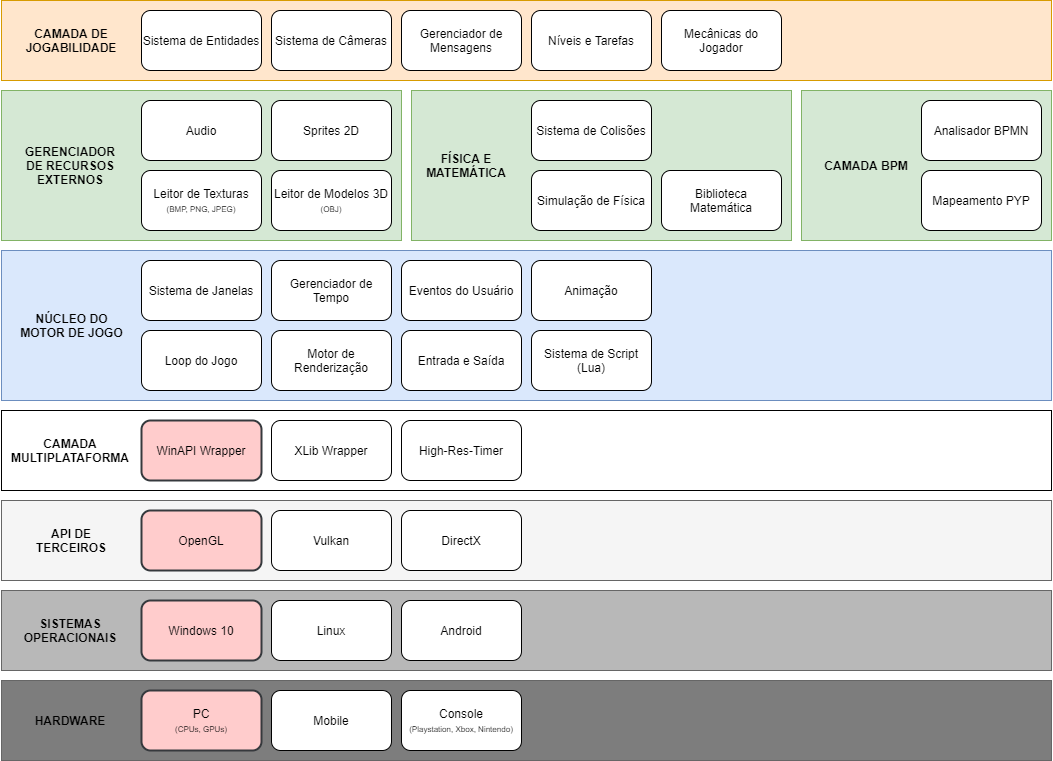
The draw.io diagram docs/images/visao-geral-alto-nivel.png in Keshizin/tcc-bpmge, before a commit. Source tidied: cells renumbered, new cells last; positions are measured from the earlier drawing's top-left corner, leaving out a move shared by most shapes.
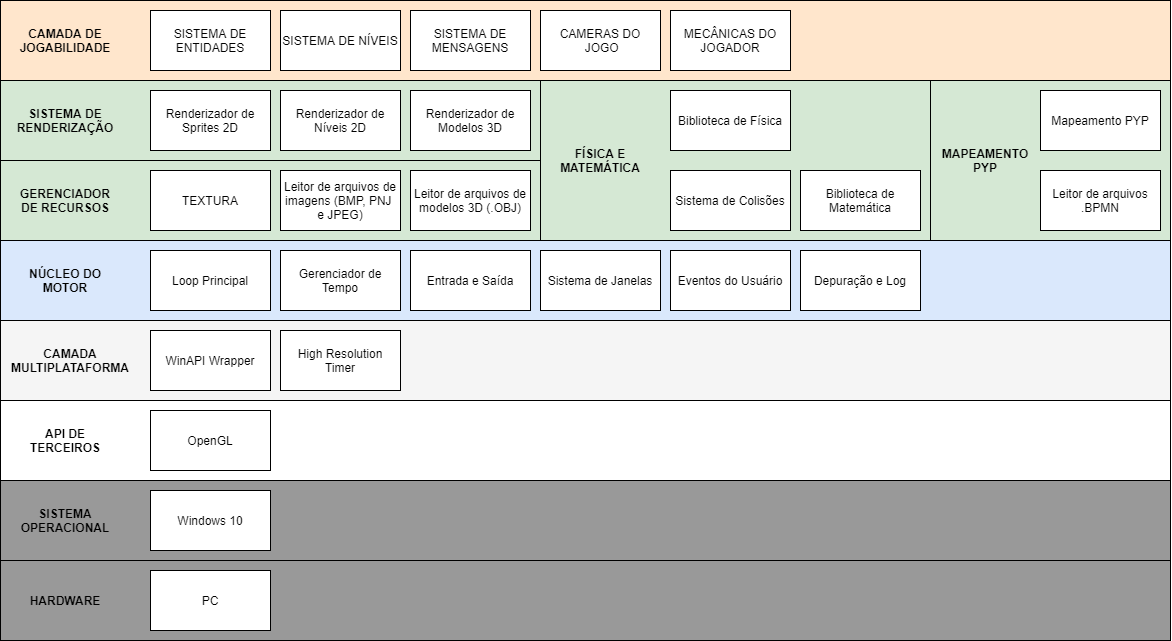
After the change.

What changed in the source:
```diff
@@ -2,161 +2,146 @@
   <root>
     <mxCell id="0" />
     <mxCell id="1" parent="0" />
-    <mxCell id="2" style="rounded=0;whiteSpace=wrap;html=1;fillColor=#d5e8d4;strokeColor=#82b366;" parent="1" vertex="1">
-      <mxGeometry x="411" y="90" width="380" height="150" as="geometry" />
-    </mxCell>
-    <mxCell id="3" style="rounded=0;whiteSpace=wrap;html=1;fillColor=#B8B8B8;strokeColor=#666666;fontColor=#333333;" parent="1" vertex="1">
-      <mxGeometry x="1" y="590" width="1050" height="80" as="geometry" />
-    </mxCell>
-    <mxCell id="4" style="rounded=0;whiteSpace=wrap;html=1;fillColor=#7D7D7D;strokeColor=#666666;fontColor=#333333;" parent="1" vertex="1">
-      <mxGeometry x="1" y="680" width="1050" height="80" as="geometry" />
-    </mxCell>
-    <mxCell id="5" value="PC&lt;br&gt;&lt;font style=&quot;font-size: 8px&quot;&gt;(CPUs, GPUs)&lt;/font&gt;" style="rounded=1;whiteSpace=wrap;html=1;strokeWidth=2;fillColor=#ffcccc;strokeColor=#36393d;" parent="1" vertex="1">
-      <mxGeometry x="141" y="690" width="120" height="60" as="geometry" />
-    </mxCell>
-    <mxCell id="6" value="Mobile" style="rounded=1;whiteSpace=wrap;html=1;" parent="1" vertex="1">
-      <mxGeometry x="271" y="690" width="120" height="60" as="geometry" />
-    </mxCell>
-    <mxCell id="7" value="Console&lt;br&gt;&lt;font style=&quot;font-size: 8px&quot;&gt;(Playstation, Xbox, Nintendo)&lt;/font&gt;" style="rounded=1;whiteSpace=wrap;html=1;" parent="1" vertex="1">
-      <mxGeometry x="401" y="690" width="120" height="60" as="geometry" />
-    </mxCell>
+    <mxCell id="54" style="rounded=0;whiteSpace=wrap;html=1;fillColor=#d5e8d4;strokeColor=#000000;" parent="1" vertex="1">
+      <mxGeometry x="61" y="80" width="390" height="160" as="geometry" />
+    </mxCell>
+    <mxCell id="55" style="rounded=0;whiteSpace=wrap;html=1;fillColor=#d5e8d4;strokeColor=#000000;" parent="1" vertex="1">
+      <mxGeometry x="451" y="80" width="240" height="160" as="geometry" />
+    </mxCell>
+    <mxCell id="56" style="rounded=0;whiteSpace=wrap;html=1;fillColor=#d5e8d4;strokeColor=#000000;" parent="1" vertex="1">
+      <mxGeometry x="-479" y="80" width="540" height="80" as="geometry" />
+    </mxCell>
+    <mxCell id="57" style="rounded=0;whiteSpace=wrap;html=1;fillColor=#999999;" parent="1" vertex="1">
+      <mxGeometry x="-479" y="560" width="1170" height="80" as="geometry" />
+    </mxCell>
+    <mxCell id="58" value="PC" style="rounded=0;whiteSpace=wrap;html=1;" parent="1" vertex="1">
+      <mxGeometry x="-329" y="570" width="120" height="60" as="geometry" />
+    </mxCell>
     <mxCell id="8" value="&lt;b&gt;HARDWARE&lt;/b&gt;" style="text;html=1;strokeColor=none;fillColor=none;align=center;verticalAlign=middle;whiteSpace=wrap;rounded=0;" parent="1" vertex="1">
-      <mxGeometry x="36" y="710" width="67.5" height="20" as="geometry" />
+      <mxGeometry x="-434" y="590" width="40" height="20" as="geometry" />
     </mxCell>
-    <mxCell id="9" value="SISTEMAS OPERACIONAIS" style="text;html=1;strokeColor=none;fillColor=none;align=center;verticalAlign=middle;whiteSpace=wrap;rounded=0;fontStyle=1;" parent="1" vertex="1">
-      <mxGeometry x="24.8" y="620" width="90" height="20" as="geometry" />
-    </mxCell>
+    <mxCell id="59" style="rounded=0;whiteSpace=wrap;html=1;fillColor=#999999;" parent="1" vertex="1">
+      <mxGeometry x="-479" y="480" width="1170" height="80" as="geometry" />
+    </mxCell>
+    <mxCell id="60" value="&lt;b&gt;SISTEMA OPERACIONAL&lt;/b&gt;" style="text;html=1;strokeColor=none;fillColor=none;align=center;verticalAlign=middle;whiteSpace=wrap;rounded=0;" parent="1" vertex="1">
+      <mxGeometry x="-434" y="510" width="40" height="20" as="geometry" />
+    </mxCell>
-    <mxCell id="10" value="Windows 10" style="rounded=1;whiteSpace=wrap;html=1;strokeWidth=2;fillColor=#ffcccc;strokeColor=#36393d;" parent="1" vertex="1">
-      <mxGeometry x="141" y="600" width="120" height="60" as="geometry" />
+    <mxCell id="10" value="Windows 10" style="rounded=0;whiteSpace=wrap;html=1;" parent="1" vertex="1">
+      <mxGeometry x="-329" y="490" width="120" height="60" as="geometry" />
     </mxCell>
-    <mxCell id="11" value="Linux" style="rounded=1;whiteSpace=wrap;html=1;strokeWidth=1;" parent="1" vertex="1">
-      <mxGeometry x="271" y="600" width="120" height="60" as="geometry" />
-    </mxCell>
-    <mxCell id="12" value="Android" style="rounded=1;whiteSpace=wrap;html=1;strokeWidth=1;" parent="1" vertex="1">
-      <mxGeometry x="401" y="600" width="120" height="60" as="geometry" />
-    </mxCell>
-    <mxCell id="13" style="rounded=0;whiteSpace=wrap;html=1;fillColor=#f5f5f5;strokeColor=#666666;fontColor=#333333;" parent="1" vertex="1">
-      <mxGeometry x="1" y="500" width="1050" height="80" as="geometry" />
-    </mxCell>
+    <mxCell id="61" style="rounded=0;whiteSpace=wrap;html=1;" parent="1" vertex="1">
+      <mxGeometry x="-479" y="400" width="1170" height="80" as="geometry" />
+    </mxCell>
     <mxCell id="14" value="&lt;b&gt;API DE TERCEIROS&lt;/b&gt;" style="text;html=1;strokeColor=none;fillColor=none;align=center;verticalAlign=middle;whiteSpace=wrap;rounded=0;" parent="1" vertex="1">
-      <mxGeometry x="36" y="530" width="70" height="20" as="geometry" />
+      <mxGeometry x="-434" y="430" width="40" height="20" as="geometry" />
     </mxCell>
-    <mxCell id="15" value="OpenGL" style="rounded=1;whiteSpace=wrap;html=1;strokeWidth=2;fillColor=#ffcccc;strokeColor=#36393d;" parent="1" vertex="1">
-      <mxGeometry x="141" y="510" width="120" height="60" as="geometry" />
+    <mxCell id="15" value="OpenGL" style="rounded=0;whiteSpace=wrap;html=1;" parent="1" vertex="1">
+      <mxGeometry x="-329" y="410" width="120" height="60" as="geometry" />
     </mxCell>
-    <mxCell id="16" value="DirectX" style="rounded=1;whiteSpace=wrap;html=1;strokeWidth=1;" parent="1" vertex="1">
-      <mxGeometry x="401" y="510" width="120" height="60" as="geometry" />
-    </mxCell>
-    <mxCell id="17" value="Vulkan" style="rounded=1;whiteSpace=wrap;html=1;strokeWidth=1;" parent="1" vertex="1">
-      <mxGeometry x="271" y="510" width="120" height="60" as="geometry" />
-    </mxCell>
-    <mxCell id="18" style="rounded=0;whiteSpace=wrap;html=1;" parent="1" vertex="1">
-      <mxGeometry x="1" y="410" width="1050" height="80" as="geometry" />
-    </mxCell>
+    <mxCell id="62" style="rounded=0;whiteSpace=wrap;html=1;fillColor=#f5f5f5;strokeColor=#000000;fontColor=#333333;" parent="1" vertex="1">
+      <mxGeometry x="-479" y="320" width="1170" height="80" as="geometry" />
+    </mxCell>
-    <mxCell id="19" value="CAMADA MULTIPLATAFORMA" style="text;html=1;strokeColor=none;fillColor=none;align=center;verticalAlign=middle;whiteSpace=wrap;rounded=0;fontStyle=1;" parent="1" vertex="1">
-      <mxGeometry x="9.8" y="440" width="120" height="20" as="geometry" />
+    <mxCell id="19" value="&lt;b&gt;CAMADA MULTIPLATAFORMA&lt;/b&gt;" style="text;html=1;strokeColor=none;fillColor=none;align=center;verticalAlign=middle;whiteSpace=wrap;rounded=0;" parent="1" vertex="1">
+      <mxGeometry x="-429" y="350" width="40" height="20" as="geometry" />
     </mxCell>
-    <mxCell id="20" value="WinAPI Wrapper" style="rounded=1;whiteSpace=wrap;html=1;strokeWidth=2;fillColor=#ffcccc;strokeColor=#36393d;" parent="1" vertex="1">
-      <mxGeometry x="141" y="420" width="120" height="60" as="geometry" />
+    <mxCell id="20" value="WinAPI Wrapper" style="rounded=0;whiteSpace=wrap;html=1;" parent="1" vertex="1">
+      <mxGeometry x="-329" y="330" width="120" height="60" as="geometry" />
     </mxCell>
-    <mxCell id="21" value="XLib Wrapper" style="rounded=1;whiteSpace=wrap;html=1;strokeWidth=1;" parent="1" vertex="1">
-      <mxGeometry x="271" y="420" width="120" height="60" as="geometry" />
-    </mxCell>
-    <mxCell id="22" value="High-Res-Timer" style="rounded=1;whiteSpace=wrap;html=1;strokeWidth=1;" parent="1" vertex="1">
-      <mxGeometry x="401" y="420" width="120" height="60" as="geometry" />
-    </mxCell>
-    <mxCell id="23" style="rounded=0;whiteSpace=wrap;html=1;fillColor=#dae8fc;strokeColor=#6c8ebf;" parent="1" vertex="1">
-      <mxGeometry x="1" y="250" width="1050" height="150" as="geometry" />
-    </mxCell>
-    <mxCell id="24" value="NÚCLEO DO MOTOR DE JOGO" style="text;html=1;strokeColor=none;fillColor=none;align=center;verticalAlign=middle;whiteSpace=wrap;rounded=0;fontStyle=1;" parent="1" vertex="1">
-      <mxGeometry x="18.5" y="315" width="105" height="20" as="geometry" />
-    </mxCell>
+    <mxCell id="63" value="High Resolution Timer" style="rounded=0;whiteSpace=wrap;html=1;" parent="1" vertex="1">
+      <mxGeometry x="-199" y="330" width="120" height="60" as="geometry" />
+    </mxCell>
+    <mxCell id="64" style="rounded=0;whiteSpace=wrap;html=1;fillColor=#dae8fc;strokeColor=#000000;" parent="1" vertex="1">
+      <mxGeometry x="-479" y="240" width="1170" height="80" as="geometry" />
+    </mxCell>
+    <mxCell id="65" value="&lt;b&gt;NÚCLEO DO MOTOR&lt;/b&gt;" style="text;html=1;strokeColor=none;fillColor=none;align=center;verticalAlign=middle;whiteSpace=wrap;rounded=0;" parent="1" vertex="1">
+      <mxGeometry x="-459" y="270" width="90" height="20" as="geometry" />
+    </mxCell>
+    <mxCell id="66" value="Loop Principal" style="rounded=0;whiteSpace=wrap;html=1;" parent="1" vertex="1">
+      <mxGeometry x="-329" y="250" width="120" height="60" as="geometry" />
+    </mxCell>
+    <mxCell id="67" value="Depuração e Log" style="rounded=0;whiteSpace=wrap;html=1;" parent="1" vertex="1">
+      <mxGeometry x="321" y="250" width="120" height="60" as="geometry" />
+    </mxCell>
+    <mxCell id="38" value="Sistema de Colisões" style="rounded=0;whiteSpace=wrap;html=1;" parent="1" vertex="1">
+      <mxGeometry x="191" y="170" width="120" height="60" as="geometry" />
+    </mxCell>
+    <mxCell id="27" value="Gerenciador de Tempo" style="rounded=0;whiteSpace=wrap;html=1;" parent="1" vertex="1">
+      <mxGeometry x="-199" y="250" width="120" height="60" as="geometry" />
+    </mxCell>
-    <mxCell id="25" value="Sistema de Janelas" style="rounded=1;whiteSpace=wrap;html=1;strokeWidth=1;" parent="1" vertex="1">
-      <mxGeometry x="141" y="260" width="120" height="60" as="geometry" />
+    <mxCell id="25" value="Sistema de Janelas" style="rounded=0;whiteSpace=wrap;html=1;" parent="1" vertex="1">
+      <mxGeometry x="61" y="250" width="120" height="60" as="geometry" />
     </mxCell>
-    <mxCell id="26" value="Loop do Jogo" style="rounded=1;whiteSpace=wrap;html=1;strokeWidth=1;" parent="1" vertex="1">
-      <mxGeometry x="141" y="330" width="120" height="60" as="geometry" />
-    </mxCell>
-    <mxCell id="27" value="Gerenciador de Tempo" style="rounded=1;whiteSpace=wrap;html=1;strokeWidth=1;" parent="1" vertex="1">
-      <mxGeometry x="271" y="260" width="120" height="60" as="geometry" />
-    </mxCell>
-    <mxCell id="28" value="Motor de Renderização" style="rounded=1;whiteSpace=wrap;html=1;strokeWidth=1;" parent="1" vertex="1">
-      <mxGeometry x="271" y="330" width="120" height="60" as="geometry" />
-    </mxCell>
+    <mxCell id="30" value="Eventos do Usuário" style="rounded=0;whiteSpace=wrap;html=1;" parent="1" vertex="1">
+      <mxGeometry x="191" y="250" width="120" height="60" as="geometry" />
+    </mxCell>
-    <mxCell id="29" value="Entrada e Saída" style="rounded=1;whiteSpace=wrap;html=1;strokeWidth=1;" parent="1" vertex="1">
-      <mxGeometry x="401" y="330" width="120" height="60" as="geometry" />
+    <mxCell id="29" value="Entrada e Saída" style="rounded=0;whiteSpace=wrap;html=1;" parent="1" vertex="1">
+      <mxGeometry x="-69" y="250" width="120" height="60" as="geometry" />
     </mxCell>
-    <mxCell id="30" value="Eventos do Usuário" style="rounded=1;whiteSpace=wrap;html=1;strokeWidth=1;" parent="1" vertex="1">
-      <mxGeometry x="401" y="260" width="120" height="60" as="geometry" />
-    </mxCell>
-    <mxCell id="31" value="Sistema de Script&lt;br&gt;(Lua)" style="rounded=1;whiteSpace=wrap;html=1;strokeWidth=1;" parent="1" vertex="1">
-      <mxGeometry x="531" y="330" width="120" height="60" as="geometry" />
-    </mxCell>
-    <mxCell id="32" style="rounded=0;whiteSpace=wrap;html=1;fillColor=#d5e8d4;strokeColor=#82b366;" parent="1" vertex="1">
-      <mxGeometry x="1" y="90" width="400" height="150" as="geometry" />
-    </mxCell>
-    <mxCell id="33" value="GERENCIADOR&lt;br&gt;DE RECURSOS EXTERNOS" style="text;html=1;strokeColor=none;fillColor=none;align=center;verticalAlign=middle;whiteSpace=wrap;rounded=0;fontStyle=1;" parent="1" vertex="1">
-      <mxGeometry x="-0.2" y="155" width="140" height="20" as="geometry" />
-    </mxCell>
-    <mxCell id="34" value="Leitor de Texturas&lt;br&gt;&lt;font style=&quot;font-size: 8px&quot;&gt;(BMP, PNG, JPEG)&lt;/font&gt;" style="rounded=1;whiteSpace=wrap;html=1;strokeWidth=1;" parent="1" vertex="1">
-      <mxGeometry x="141" y="170" width="120" height="60" as="geometry" />
-    </mxCell>
-    <mxCell id="35" value="Leitor de Modelos 3D&lt;br&gt;&lt;font style=&quot;font-size: 8px&quot;&gt;(OBJ)&lt;/font&gt;" style="rounded=1;whiteSpace=wrap;html=1;strokeWidth=1;" parent="1" vertex="1">
-      <mxGeometry x="271" y="170" width="120" height="60" as="geometry" />
-    </mxCell>
-    <mxCell id="36" value="Audio" style="rounded=1;whiteSpace=wrap;html=1;strokeWidth=1;" parent="1" vertex="1">
-      <mxGeometry x="141" y="100" width="120" height="60" as="geometry" />
-    </mxCell>
+    <mxCell id="68" value="&lt;b&gt;SISTEMA DE RENDERIZAÇÃO&lt;/b&gt;" style="text;html=1;strokeColor=none;fillColor=none;align=center;verticalAlign=middle;whiteSpace=wrap;rounded=0;" parent="1" vertex="1">
+      <mxGeometry x="-459" y="110" width="90" height="20" as="geometry" />
+    </mxCell>
+    <mxCell id="69" value="Renderizador de Níveis 2D" style="rounded=0;whiteSpace=wrap;html=1;" parent="1" vertex="1">
+      <mxGeometry x="-199" y="90" width="120" height="60" as="geometry" />
+    </mxCell>
+    <mxCell id="70" value="Renderizador de Modelos 3D" style="rounded=0;whiteSpace=wrap;html=1;" parent="1" vertex="1">
+      <mxGeometry x="-69" y="90" width="120" height="60" as="geometry" />
+    </mxCell>
+    <mxCell id="71" style="rounded=0;whiteSpace=wrap;html=1;fillColor=#d5e8d4;strokeColor=#000000;" parent="1" vertex="1">
+      <mxGeometry x="-479" y="160" width="540" height="80" as="geometry" />
+    </mxCell>
+    <mxCell id="72" value="&lt;b&gt;GERENCIADOR DE RECURSOS&lt;/b&gt;" style="text;html=1;strokeColor=none;fillColor=none;align=center;verticalAlign=middle;whiteSpace=wrap;rounded=0;" parent="1" vertex="1">
+      <mxGeometry x="-459" y="190" width="90" height="20" as="geometry" />
+    </mxCell>
+    <mxCell id="73" value="TEXTURA" style="rounded=0;whiteSpace=wrap;html=1;" parent="1" vertex="1">
+      <mxGeometry x="-329" y="170" width="120" height="60" as="geometry" />
+    </mxCell>
+    <mxCell id="74" value="Leitor de arquivos de imagens (BMP, PNJ&amp;nbsp; e JPEG)" style="rounded=0;whiteSpace=wrap;html=1;" parent="1" vertex="1">
+      <mxGeometry x="-199" y="170" width="120" height="60" as="geometry" />
+    </mxCell>
+    <mxCell id="75" value="Leitor de arquivos de modelos 3D (.OBJ)" style="rounded=0;whiteSpace=wrap;html=1;" parent="1" vertex="1">
+      <mxGeometry x="-69" y="170" width="120" height="60" as="geometry" />
+    </mxCell>
-    <mxCell id="37" value="FÍSICA E MATEMÁTICA" style="text;html=1;strokeColor=none;fillColor=none;align=center;verticalAlign=middle;whiteSpace=wrap;rounded=0;fontStyle=1;" parent="1" vertex="1">
-      <mxGeometry x="421" y="155" width="90" height="20" as="geometry" />
+    <mxCell id="37" value="&lt;b&gt;FÍSICA E MATEMÁTICA&lt;/b&gt;" style="text;html=1;strokeColor=none;fillColor=none;align=center;verticalAlign=middle;whiteSpace=wrap;rounded=0;" parent="1" vertex="1">
+      <mxGeometry x="76" y="150" width="90" height="20" as="geometry" />
     </mxCell>
-    <mxCell id="38" value="Sistema de Colisões" style="rounded=1;whiteSpace=wrap;html=1;strokeWidth=1;" parent="1" vertex="1">
-      <mxGeometry x="531" y="100" width="120" height="60" as="geometry" />
-    </mxCell>
-    <mxCell id="39" value="Simulação de Física" style="rounded=1;whiteSpace=wrap;html=1;strokeWidth=1;" parent="1" vertex="1">
-      <mxGeometry x="531" y="170" width="120" height="60" as="geometry" />
-    </mxCell>
-    <mxCell id="40" value="Biblioteca&lt;br&gt;Matemática" style="rounded=1;whiteSpace=wrap;html=1;strokeWidth=1;" parent="1" vertex="1">
-      <mxGeometry x="661" y="170" width="120" height="60" as="geometry" />
-    </mxCell>
-    <mxCell id="41" style="rounded=0;whiteSpace=wrap;html=1;fillColor=#d5e8d4;strokeColor=#82b366;" parent="1" vertex="1">
-      <mxGeometry x="801" y="90" width="250" height="150" as="geometry" />
-    </mxCell>
-    <mxCell id="42" value="CAMADA BPM" style="text;html=1;strokeColor=none;fillColor=none;align=center;verticalAlign=middle;whiteSpace=wrap;rounded=0;fontStyle=1;" parent="1" vertex="1">
-      <mxGeometry x="821" y="155" width="90" height="20" as="geometry" />
-    </mxCell>
+    <mxCell id="76" value="Biblioteca de Física" style="rounded=0;whiteSpace=wrap;html=1;" parent="1" vertex="1">
+      <mxGeometry x="191" y="90" width="120" height="60" as="geometry" />
+    </mxCell>
+    <mxCell id="77" value="Biblioteca de Matemática" style="rounded=0;whiteSpace=wrap;html=1;" parent="1" vertex="1">
+      <mxGeometry x="321" y="170" width="120" height="60" as="geometry" />
+    </mxCell>
+    <mxCell id="78" value="Renderizador de Sprites 2D" style="rounded=0;whiteSpace=wrap;html=1;" parent="1" vertex="1">
+      <mxGeometry x="-329" y="90" width="120" height="60" as="geometry" />
+    </mxCell>
+    <mxCell id="79" value="&lt;b&gt;MAPEAMENTO PYP&lt;/b&gt;" style="text;html=1;strokeColor=none;fillColor=none;align=center;verticalAlign=middle;whiteSpace=wrap;rounded=0;" parent="1" vertex="1">
+      <mxGeometry x="461" y="150" width="90" height="20" as="geometry" />
+    </mxCell>
+    <mxCell id="80" value="Leitor de arquivos .BPMN" style="rounded=0;whiteSpace=wrap;html=1;" parent="1" vertex="1">
+      <mxGeometry x="561" y="170" width="120" height="60" as="geometry" />
+    </mxCell>
-    <mxCell id="43" value="Mapeamento PYP" style="rounded=1;whiteSpace=wrap;html=1;strokeWidth=1;" parent="1" vertex="1">
-      <mxGeometry x="921" y="170" width="120" height="60" as="geometry" />
+    <mxCell id="43" value="Mapeamento PYP" style="rounded=0;whiteSpace=wrap;html=1;" parent="1" vertex="1">
+      <mxGeometry x="561" y="90" width="120" height="60" as="geometry" />
     </mxCell>
-    <mxCell id="44" value="Analisador BPMN" style="rounded=1;whiteSpace=wrap;html=1;strokeWidth=1;" parent="1" vertex="1">
-      <mxGeometry x="921" y="100" width="120" height="60" as="geometry" />
-    </mxCell>
-    <mxCell id="45" style="rounded=0;whiteSpace=wrap;html=1;fillColor=#ffe6cc;strokeColor=#d79b00;" parent="1" vertex="1">
-      <mxGeometry x="1" width="1050" height="80" as="geometry" />
-    </mxCell>
+    <mxCell id="81" style="rounded=0;whiteSpace=wrap;html=1;fillColor=#ffe6cc;strokeColor=#000000;" parent="1" vertex="1">
+      <mxGeometry x="-479" width="1170" height="80" as="geometry" />
+    </mxCell>
-    <mxCell id="46" value="CAMADA DE JOGABILIDADE" style="text;html=1;strokeColor=none;fillColor=none;align=center;verticalAlign=middle;whiteSpace=wrap;rounded=0;fontStyle=1;" parent="1" vertex="1">
-      <mxGeometry x="21" y="30" width="100" height="20" as="geometry" />
+    <mxCell id="46" value="&lt;b&gt;CAMADA DE JOGABILIDADE&lt;/b&gt;" style="text;html=1;strokeColor=none;fillColor=none;align=center;verticalAlign=middle;whiteSpace=wrap;rounded=0;" parent="1" vertex="1">
+      <mxGeometry x="-459" y="30" width="90" height="20" as="geometry" />
     </mxCell>
-    <mxCell id="47" value="Sistema de Entidades" style="rounded=1;whiteSpace=wrap;html=1;strokeWidth=1;" parent="1" vertex="1">
-      <mxGeometry x="141" y="10" width="120" height="60" as="geometry" />
-    </mxCell>
-    <mxCell id="48" value="Sprites 2D" style="rounded=1;whiteSpace=wrap;html=1;strokeWidth=1;" parent="1" vertex="1">
-      <mxGeometry x="271" y="100" width="120" height="60" as="geometry" />
-    </mxCell>
-    <mxCell id="49" value="Mecânicas do Jogador" style="rounded=1;whiteSpace=wrap;html=1;strokeWidth=1;" parent="1" vertex="1">
-      <mxGeometry x="661" y="10" width="120" height="60" as="geometry" />
-    </mxCell>
-    <mxCell id="50" value="Sistema de Câmeras" style="rounded=1;whiteSpace=wrap;html=1;strokeWidth=1;fillColor=#FFFFFF;" parent="1" vertex="1">
-      <mxGeometry x="271" y="10" width="120" height="60" as="geometry" />
-    </mxCell>
-    <mxCell id="51" value="Níveis e Tarefas" style="rounded=1;whiteSpace=wrap;html=1;strokeWidth=1;fillColor=#FFFFFF;" parent="1" vertex="1">
-      <mxGeometry x="531" y="10" width="120" height="60" as="geometry" />
-    </mxCell>
-    <mxCell id="52" value="Gerenciador de Mensagens" style="rounded=1;whiteSpace=wrap;html=1;strokeWidth=1;fillColor=#FFFFFF;" parent="1" vertex="1">
-      <mxGeometry x="401" y="10" width="120" height="60" as="geometry" />
-    </mxCell>
-    <mxCell id="53" value="Animação" style="rounded=1;whiteSpace=wrap;html=1;strokeWidth=1;fillColor=#FFFFFF;" parent="1" vertex="1">
-      <mxGeometry x="531" y="260" width="120" height="60" as="geometry" />
-    </mxCell>
+    <mxCell id="82" value="SISTEMA DE ENTIDADES" style="rounded=0;whiteSpace=wrap;html=1;" parent="1" vertex="1">
+      <mxGeometry x="-329" y="10" width="120" height="60" as="geometry" />
+    </mxCell>
+    <mxCell id="83" value="SISTEMA DE NÍVEIS" style="rounded=0;whiteSpace=wrap;html=1;" parent="1" vertex="1">
+      <mxGeometry x="-199" y="10" width="120" height="60" as="geometry" />
+    </mxCell>
+    <mxCell id="84" value="SISTEMA DE MENSAGENS" style="rounded=0;whiteSpace=wrap;html=1;" parent="1" vertex="1">
+      <mxGeometry x="-69" y="10" width="120" height="60" as="geometry" />
+    </mxCell>
+    <mxCell id="85" value="CAMERAS DO&lt;br&gt;&amp;nbsp;JOGO" style="rounded=0;whiteSpace=wrap;html=1;" parent="1" vertex="1">
+      <mxGeometry x="61" y="10" width="120" height="60" as="geometry" />
+    </mxCell>
+    <mxCell id="86" value="MECÂNICAS DO JOGADOR" style="rounded=0;whiteSpace=wrap;html=1;" parent="1" vertex="1">
+      <mxGeometry x="191" y="10" width="120" height="60" as="geometry" />
+    </mxCell>
   </root>
 </mxGraphModel>
```
